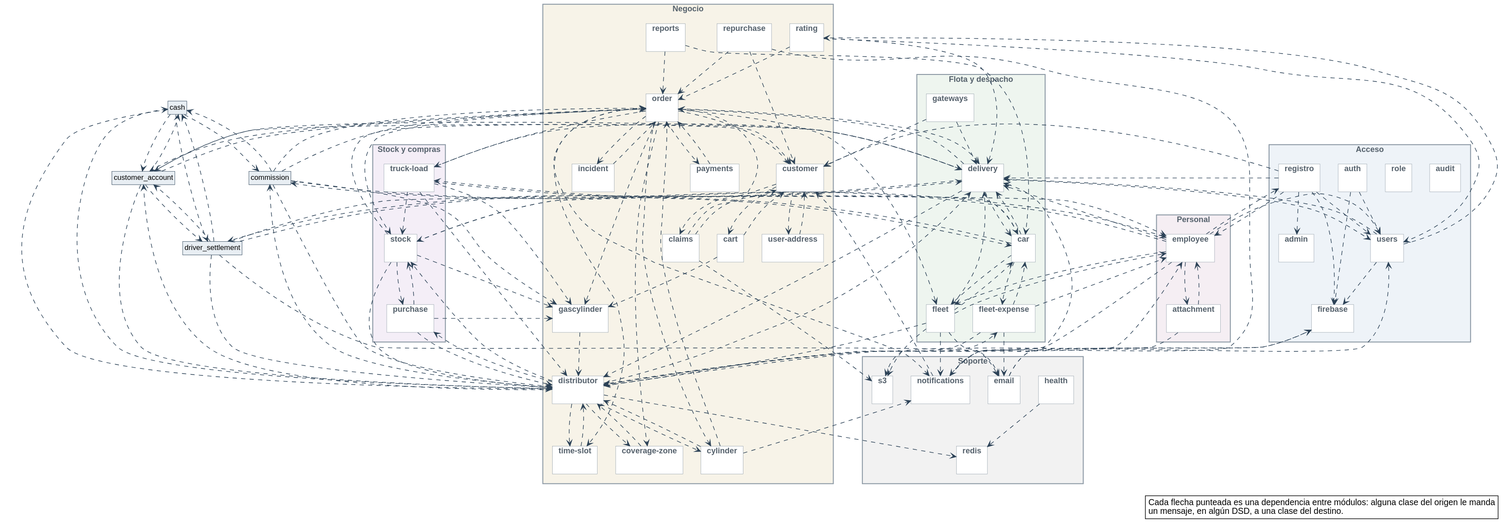
Earlier version of the PlantUML export diagramas/clases-diseno/DC_Paquetes.svg (Nahuelito-Dev/splg-docs).
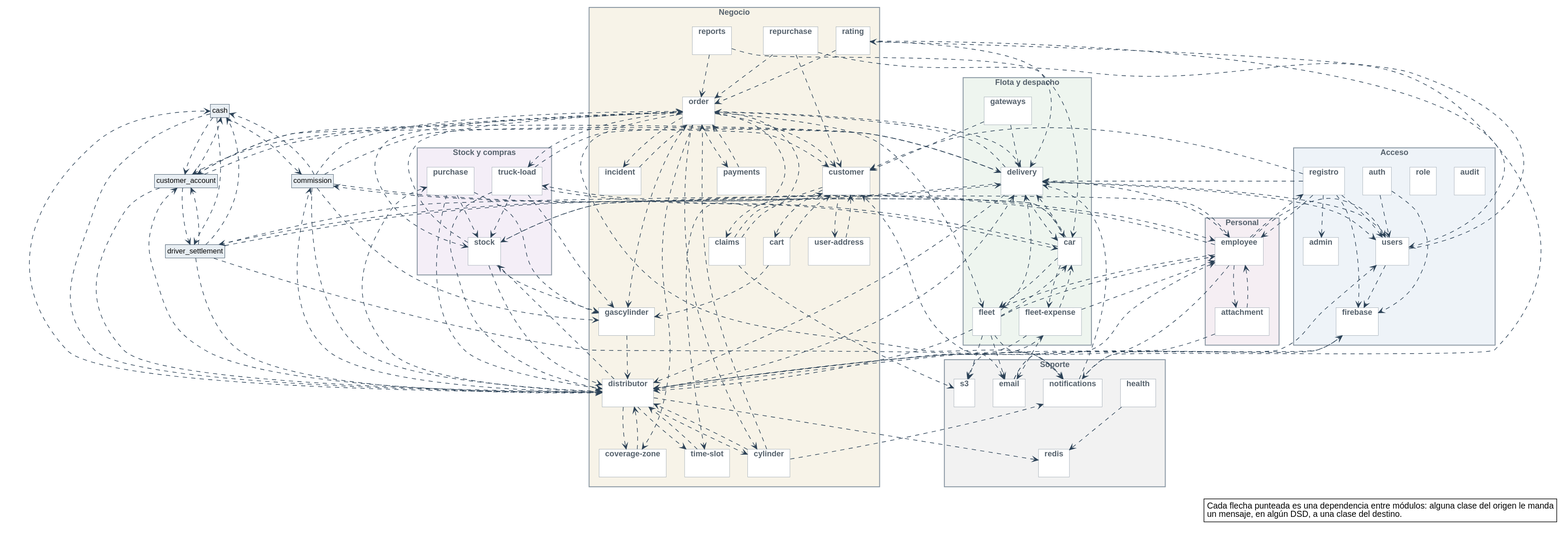
The same diagram one commit later.

What changed in the source:
```diff
@@ -271,7 +271,6 @@
 stock ..> distributor
 stock ..> gascylinder
 stock ..> order
-stock ..> purchase
 time_slot ..> distributor
 truck_load ..> car
 truck_load ..> delivery
```
